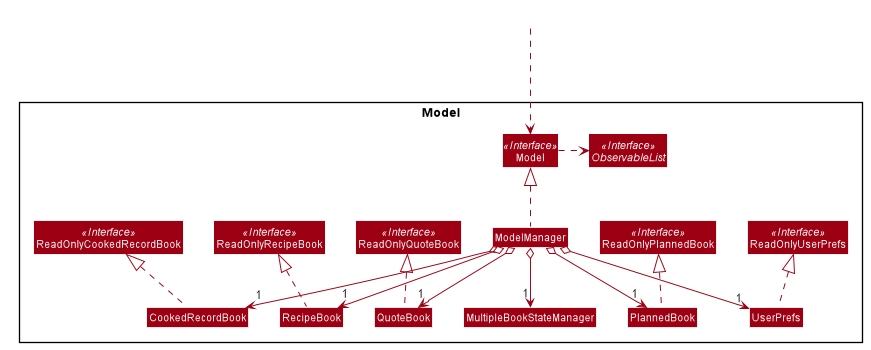
Above: images/ModelClassDiagram.png in AY1920S2-CS2103T-T10-1/main (PlantUML), before the change.
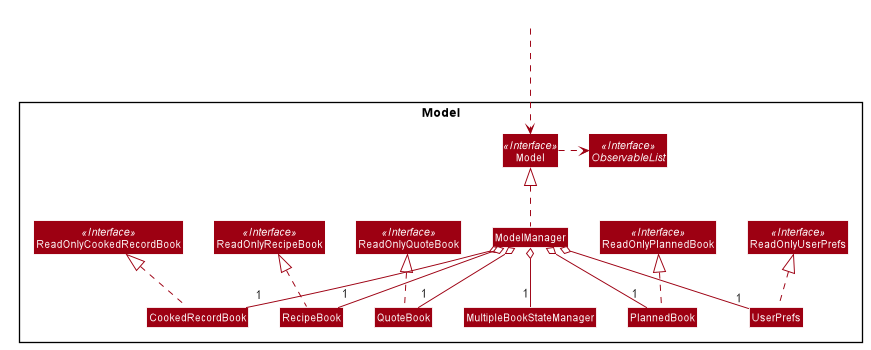
The same file after the commit.

Diff of the diagram source:
```diff
@@ -87,12 +87,12 @@
 
 ModelManager .up.|> Model
 Model .right.> ObservableList
-ModelManager o--> "1" UserPrefs
-ModelManager o--> "1" CookedRecordBook
-ModelManager o--> "1" RecipeBook
-ModelManager o--> "1" QuoteBook
-ModelManager o--> "1" PlannedBook
-ModelManager o--> "1" MultipleBookStateManager
+ModelManager o-- "1" UserPrefs
+ModelManager o-- "1" CookedRecordBook
+ModelManager o-- "1" RecipeBook
+ModelManager o-- "                     1" QuoteBook
+ModelManager o-- "1" PlannedBook
+ModelManager o-- "1" MultipleBookStateManager
 UserPrefs .up.|> ReadOnlyUserPrefs
 
 CookedRecordBook -[hidden]right-> RecipeBook
```
